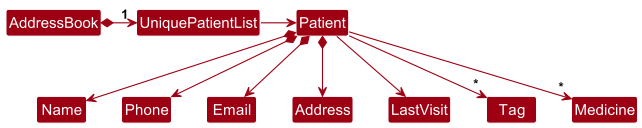
Before: docs/images/BetterModelClassDiagram.png, a diagram exported from PlantUML (szelingtan/tp). Its source is kept beside it as docs/diagrams/BetterModelClassDiagram.puml.
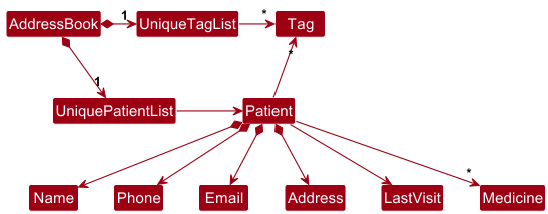
The same diagram one commit later.

Change to the diagram source:
```diff
@@ -4,16 +4,18 @@
 skinparam arrowColor MODEL_COLOR
 skinparam classBackgroundColor MODEL_COLOR
 
-AddressBook *-right-> "1" UniquePatientList
+AddressBook *-down-> "1" UniquePatientList
+AddressBook *-right> "1" UniqueTagList
+UniqueTagList -right-> "*" Tag
 
 UniquePatientList -right-> Patient
-
 
 Patient *--> Name
 Patient *--> Phone
 Patient *--> Email
 Patient *--> Address
 Patient --> LastVisit
-Patient --> "*" Tag
+Patient -up-> "*" Tag
 Patient --> "*" Medicine
+
 @enduml
```
